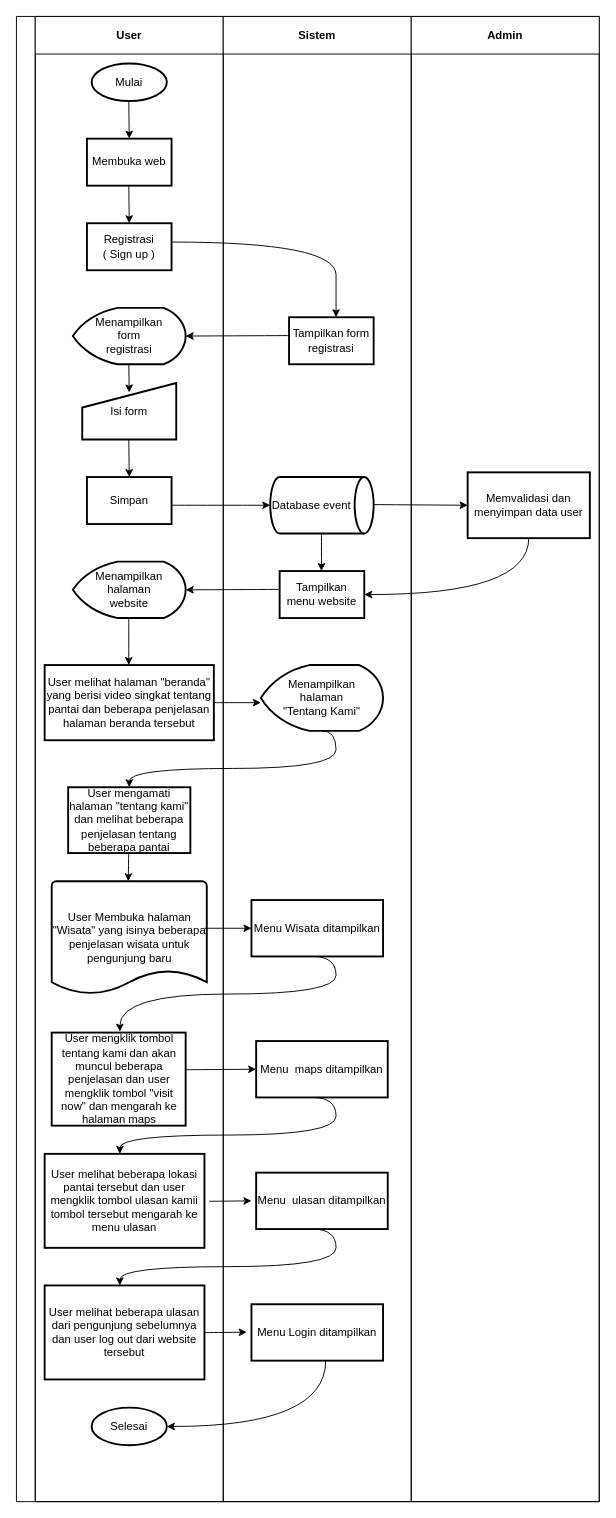
Before: page "Page-65" (1 of 62) of Untitled Diagram.drawio in Jeremia0910/SJSI, a draw.io diagram. Source tidied: cells renumbered, new cells numbered last; positions are measured from the earlier drawing's top-left corner, leaving out a move shared by most shapes. Both pictures are drawn from the tidied source at 94%, with x=0, y=0 at pixel (16, 16).
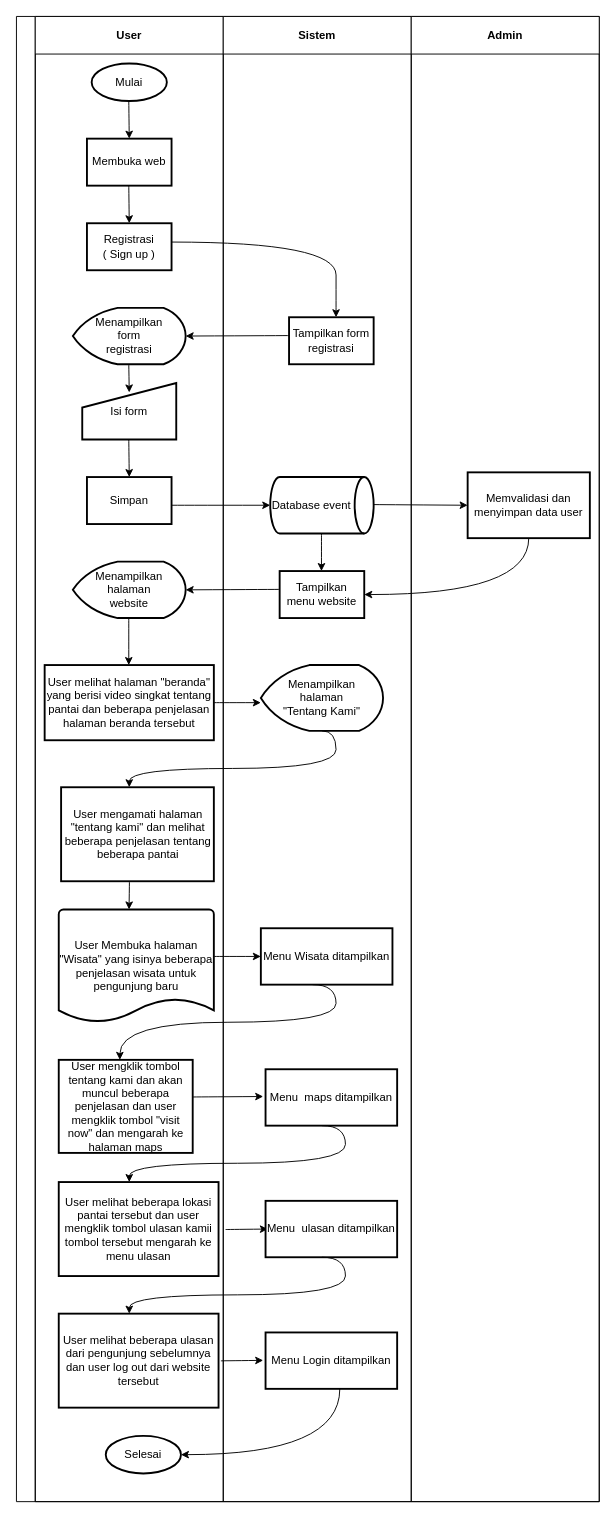
Above is the later version.

Unchanged cells that the change refers to:
```xml
<mxCell id="3" value="User" style="swimlane;startSize=40;rounded=0;arcSize=3;" parent="2" vertex="1">
  <mxGeometry x="20" width="200" height="1580" as="geometry" />
</mxCell>
<mxCell id="27" value="Sistem" style="swimlane;startSize=40;rounded=0;arcSize=1;" parent="2" vertex="1">
  <mxGeometry x="220" width="200" height="1580" as="geometry" />
</mxCell>
```

Diff of the diagram source:
```diff
@@
     <mxCell id="18" value="User mengamati halaman &quot;tentang kami&quot; dan melihat beberapa penjelasan tentang beberapa pantai" style="rounded=0;whiteSpace=wrap;html=1;absoluteArcSize=1;arcSize=0;strokeWidth=2;" parent="3" vertex="1">
-      <mxGeometry x="35" y="820" width="130" height="70" as="geometry" />
+      <mxGeometry x="27.5" y="820" width="162.5" height="100" as="geometry" />
     </mxCell>
     <mxCell id="19" style="elbow=horizontal;endArrow=classic;html=1;rounded=0;curved=1;" parent="3" edge="1">
       <mxGeometry relative="1" as="geometry">
-        <mxPoint x="99.4" y="890" as="sourcePoint" />
-        <mxPoint x="99" y="920" as="targetPoint" />
+        <mxPoint x="100.2" y="920" as="sourcePoint" />
+        <mxPoint x="99.8" y="950" as="targetPoint" />
+        <Array as="points">
+          <mxPoint x="99.8" y="950" />
+        </Array>
       </mxGeometry>
     </mxCell>
     <mxCell id="20" value="User Membuka halaman &quot;Wisata&quot; yang isinya beberapa penjelasan wisata untuk pengunjung baru" style="strokeWidth=2;html=1;shape=mxgraph.flowchart.document2;whiteSpace=wrap;size=0.21;rounded=0;" parent="3" vertex="1">
-      <mxGeometry x="17.5" y="920" width="165" height="120" as="geometry" />
+      <mxGeometry x="25" y="950" width="165" height="120" as="geometry" />
     </mxCell>
     <mxCell id="21" value="User mengklik tombol tentang kami dan akan muncul beberapa penjelasan dan user mengklik tombol &quot;visit now&quot; dan mengarah ke halaman maps" style="rounded=0;whiteSpace=wrap;html=1;absoluteArcSize=1;arcSize=0;strokeWidth=2;" parent="3" vertex="1">
-      <mxGeometry x="17.5" y="1081" width="142.5" height="99" as="geometry" />
+      <mxGeometry x="25" y="1110" width="142.5" height="99" as="geometry" />
     </mxCell>
-    <mxCell id="22" style="elbow=horizontal;endArrow=classic;html=1;rounded=0;curved=1;entryX=0;entryY=0.5;entryDx=0;entryDy=0;" parent="3" edge="1" target="41">
+    <mxCell id="22" style="elbow=horizontal;endArrow=classic;html=1;rounded=0;curved=1;entryX=0;entryY=0.5;entryDx=0;entryDy=0;" parent="3" edge="1">
       <mxGeometry relative="1" as="geometry">
-        <mxPoint x="160" y="1120.5" as="sourcePoint" />
+        <mxPoint x="167.5" y="1149.5" as="sourcePoint" />
+        <mxPoint x="242.5" y="1149" as="targetPoint" />
       </mxGeometry>
     </mxCell>
+    <mxCell id="43" style="elbow=horizontal;endArrow=classic;html=1;rounded=0;curved=1;" parent="3" edge="1">
+      <mxGeometry relative="1" as="geometry">
+        <mxPoint x="202.5" y="1290.5" as="sourcePoint" />
+        <mxPoint x="247.5" y="1290" as="targetPoint" />
+      </mxGeometry>
+    </mxCell>
     <mxCell id="23" value="User melihat beberapa lokasi pantai tersebut dan user mengklik tombol ulasan kamii tombol tersebut mengarah ke menu ulasan" style="rounded=0;whiteSpace=wrap;html=1;absoluteArcSize=1;arcSize=0;strokeWidth=2;" parent="3" vertex="1">
-      <mxGeometry x="10" y="1210" width="170" height="100" as="geometry" />
+      <mxGeometry x="25" y="1240" width="170" height="100" as="geometry" />
     </mxCell>
+    <mxCell id="25" style="elbow=horizontal;endArrow=classic;html=1;rounded=0;curved=1;" parent="3" edge="1">
+      <mxGeometry relative="1" as="geometry">
+        <mxPoint x="197.5" y="1430.2" as="sourcePoint" />
+        <mxPoint x="242.5" y="1429.7" as="targetPoint" />
+      </mxGeometry>
+    </mxCell>
     <mxCell id="24" value="User melihat beberapa ulasan dari pengunjung sebelumnya dan user log out dari website tersebut" style="rounded=0;whiteSpace=wrap;html=1;absoluteArcSize=1;arcSize=0;strokeWidth=2;" parent="3" vertex="1">
-      <mxGeometry x="10" y="1350" width="170" height="100" as="geometry" />
+      <mxGeometry x="25" y="1380" width="170" height="100" as="geometry" />
     </mxCell>
-    <mxCell id="25" style="elbow=horizontal;endArrow=classic;html=1;rounded=0;curved=1;" parent="3" edge="1">
-      <mxGeometry relative="1" as="geometry">
-        <mxPoint x="180" y="1400.2" as="sourcePoint" />
-        <mxPoint x="225" y="1399.7" as="targetPoint" />
-      </mxGeometry>
-    </mxCell>
-    <mxCell id="26" value="Selesai" style="strokeWidth=2;html=1;shape=mxgraph.flowchart.start_1;whiteSpace=wrap;rounded=0;" parent="3" vertex="1">
-      <mxGeometry x="60" y="1480" width="80" height="40" as="geometry" />
-    </mxCell>
@@
     <mxCell id="38" style="elbow=horizontal;endArrow=classic;html=1;rounded=0;curved=1;" parent="27" edge="1">
       <mxGeometry relative="1" as="geometry">
-        <mxPoint x="-20" y="970" as="sourcePoint" />
-        <mxPoint x="30" y="970" as="targetPoint" />
+        <mxPoint x="-10" y="1000" as="sourcePoint" />
+        <mxPoint x="40" y="1000" as="targetPoint" />
       </mxGeometry>
     </mxCell>
     <mxCell id="39" value="Menu Wisata ditampilkan" style="rounded=0;whiteSpace=wrap;html=1;absoluteArcSize=1;arcSize=0;strokeWidth=2;" parent="27" vertex="1">
-      <mxGeometry x="30" y="940" width="140" height="60" as="geometry" />
+      <mxGeometry x="40" y="970" width="140" height="60" as="geometry" />
     </mxCell>
     <mxCell id="40" style="elbow=horizontal;endArrow=classic;html=1;rounded=0;edgeStyle=orthogonalEdgeStyle;curved=1;exitX=0.5;exitY=1;exitDx=0;exitDy=0;exitPerimeter=0;" parent="27" edge="1">
       <mxGeometry relative="1" as="geometry">
-        <mxPoint x="95" y="1000" as="sourcePoint" />
-        <mxPoint x="-110" y="1080" as="targetPoint" />
+        <mxPoint x="95" y="1030" as="sourcePoint" />
+        <mxPoint x="-110" y="1110" as="targetPoint" />
         <Array as="points">
-          <mxPoint x="120" y="1000" />
-          <mxPoint x="120" y="1040" />
-          <mxPoint x="-110" y="1040" />
+          <mxPoint x="120" y="1030" />
+          <mxPoint x="120" y="1070" />
+          <mxPoint x="-110" y="1070" />
         </Array>
       </mxGeometry>
     </mxCell>
     <mxCell id="41" value="Menu&amp;nbsp; maps ditampilkan" style="rounded=0;whiteSpace=wrap;html=1;absoluteArcSize=1;arcSize=0;strokeWidth=2;" parent="27" vertex="1">
-      <mxGeometry x="35" y="1090" width="140" height="60" as="geometry" />
+      <mxGeometry x="45" y="1120" width="140" height="60" as="geometry" />
     </mxCell>
     <mxCell id="42" style="elbow=horizontal;endArrow=classic;html=1;rounded=0;edgeStyle=orthogonalEdgeStyle;curved=1;exitX=0.5;exitY=1;exitDx=0;exitDy=0;exitPerimeter=0;" parent="27" edge="1">
       <mxGeometry relative="1" as="geometry">
-        <mxPoint x="95" y="1150" as="sourcePoint" />
-        <mxPoint x="-110" y="1210" as="targetPoint" />
+        <mxPoint x="105" y="1180" as="sourcePoint" />
+        <mxPoint x="-100" y="1240" as="targetPoint" />
         <Array as="points">
-          <mxPoint x="120" y="1150" />
-          <mxPoint x="120" y="1190" />
-          <mxPoint x="-110" y="1190" />
+          <mxPoint x="130" y="1180" />
+          <mxPoint x="130" y="1220" />
+          <mxPoint x="-100" y="1220" />
         </Array>
       </mxGeometry>
     </mxCell>
-    <mxCell id="43" style="elbow=horizontal;endArrow=classic;html=1;rounded=0;curved=1;" parent="27" edge="1">
-      <mxGeometry relative="1" as="geometry">
-        <mxPoint x="-15" y="1260.5" as="sourcePoint" />
-        <mxPoint x="30" y="1260" as="targetPoint" />
-      </mxGeometry>
-    </mxCell>
     <mxCell id="44" value="Menu&amp;nbsp; ulasan ditampilkan" style="rounded=0;whiteSpace=wrap;html=1;absoluteArcSize=1;arcSize=0;strokeWidth=2;" parent="27" vertex="1">
-      <mxGeometry x="35" y="1230" width="140" height="60" as="geometry" />
+      <mxGeometry x="45" y="1260" width="140" height="60" as="geometry" />
     </mxCell>
     <mxCell id="45" style="elbow=horizontal;endArrow=classic;html=1;rounded=0;edgeStyle=orthogonalEdgeStyle;curved=1;exitX=0.5;exitY=1;exitDx=0;exitDy=0;exitPerimeter=0;" parent="27" edge="1">
       <mxGeometry relative="1" as="geometry">
-        <mxPoint x="95" y="1290" as="sourcePoint" />
-        <mxPoint x="-110" y="1350" as="targetPoint" />
+        <mxPoint x="105" y="1320" as="sourcePoint" />
+        <mxPoint x="-100" y="1380" as="targetPoint" />
         <Array as="points">
-          <mxPoint x="120" y="1290" />
-          <mxPoint x="120" y="1330" />
-          <mxPoint x="-110" y="1330" />
+          <mxPoint x="130" y="1320" />
+          <mxPoint x="130" y="1360" />
+          <mxPoint x="-100" y="1360" />
         </Array>
       </mxGeometry>
     </mxCell>
+    <mxCell id="26" value="Selesai" style="strokeWidth=2;html=1;shape=mxgraph.flowchart.start_1;whiteSpace=wrap;rounded=0;" parent="27" vertex="1">
+      <mxGeometry x="-125" y="1510" width="80" height="40" as="geometry" />
+    </mxCell>
     <mxCell id="46" value="Menu Login ditampilkan" style="rounded=0;whiteSpace=wrap;html=1;absoluteArcSize=1;arcSize=0;strokeWidth=2;" parent="27" vertex="1">
-      <mxGeometry x="30" y="1370" width="140" height="60" as="geometry" />
+      <mxGeometry x="45" y="1400" width="140" height="60" as="geometry" />
     </mxCell>
     <mxCell id="47" style="elbow=horizontal;endArrow=classic;html=1;rounded=0;edgeStyle=orthogonalEdgeStyle;curved=1;" parent="27" edge="1">
       <mxGeometry relative="1" as="geometry">
-        <mxPoint x="109" y="1430" as="sourcePoint" />
-        <mxPoint x="-60" y="1500" as="targetPoint" />
+        <mxPoint x="124" y="1460" as="sourcePoint" />
+        <mxPoint x="-45" y="1530" as="targetPoint" />
         <Array as="points">
-          <mxPoint x="109" y="1500" />
-          <mxPoint x="-60" y="1500" />
+          <mxPoint x="124" y="1530" />
+          <mxPoint x="-45" y="1530" />
         </Array>
       </mxGeometry>
     </mxCell>
```
